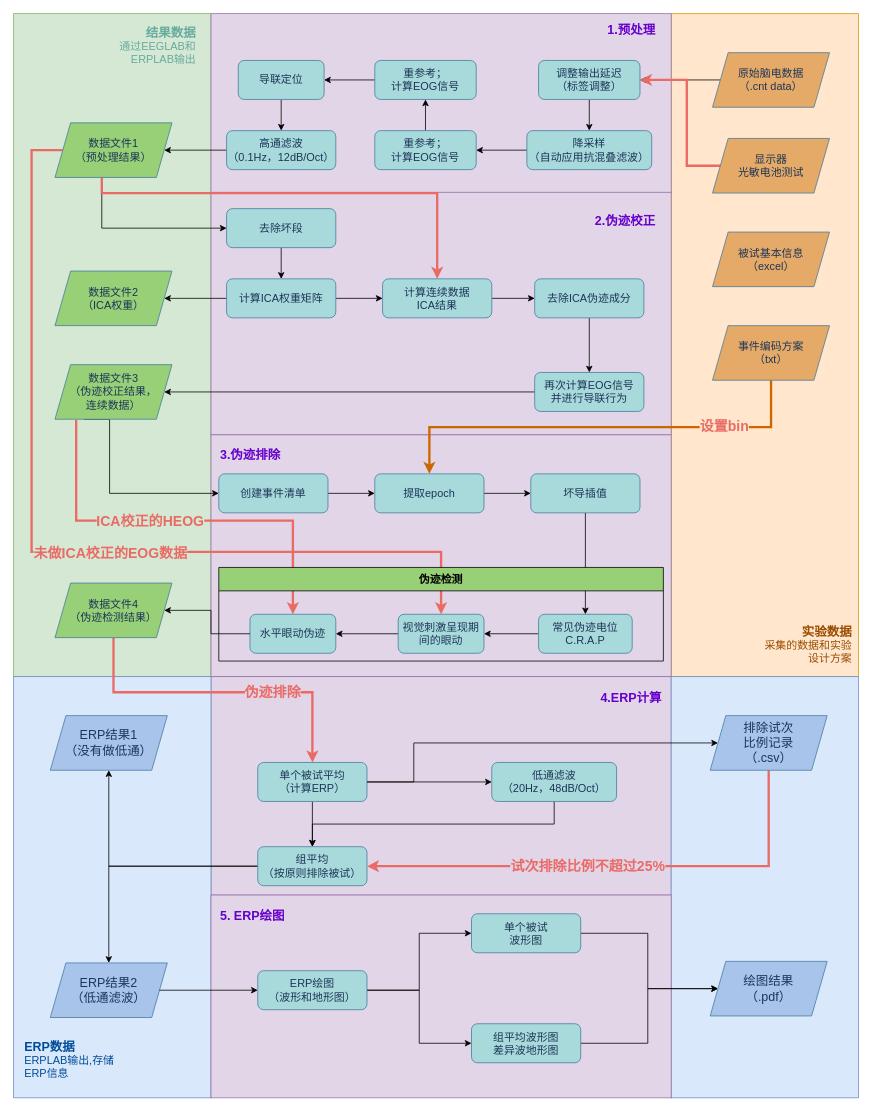
Earlier version of the draw.io diagram page "20220407" (2 of 2) of EEG预处理流程.drawio (pilgrimmeng/Draw). Source tidied: cells renumbered, new cells numbered last; positions are measured from the earlier drawing's top-left corner, leaving out a move shared by most shapes. Both pictures are drawn from the tidied source at 78%, with x=0, y=0 at pixel (13, 13).
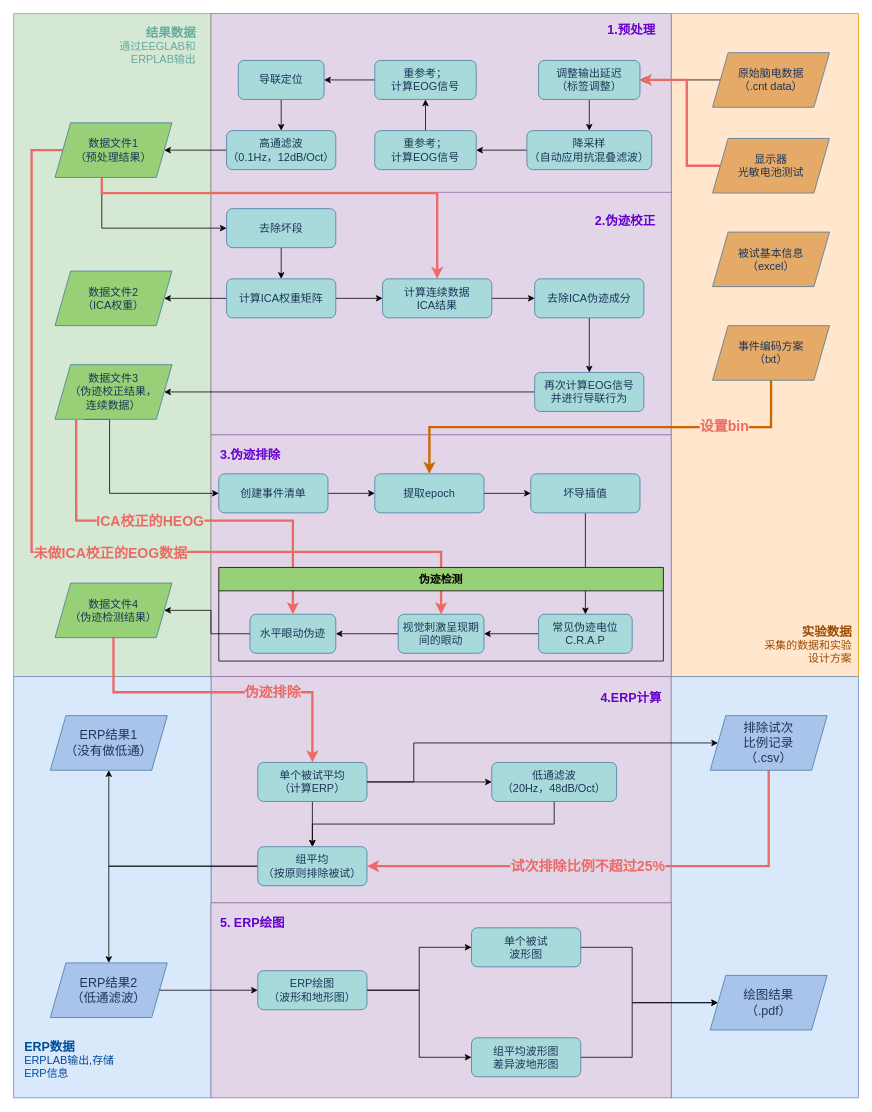
Above is the later version.

Commit message:
更新EEG预处理流程.drawio

Diff of the diagram source:
```diff
@@
     <mxCell id="12" style="rounded=0;whiteSpace=wrap;html=1;fontFamily=Helvetica;fontSize=14;fillColor=#E1D5E7;strokeColor=#9673a6;" parent="1" vertex="1">
-      <mxGeometry x="253" y="850" width="590" height="280" as="geometry" />
+      <mxGeometry x="253" y="850" width="590" height="290" as="geometry" />
     </mxCell>
@@
     <mxCell id="17" style="rounded=0;whiteSpace=wrap;html=1;fontFamily=Helvetica;fontSize=14;fillColor=#E1D5E7;strokeColor=#9673a6;" parent="1" vertex="1">
-      <mxGeometry x="253" y="1130" width="590" height="260" as="geometry" />
+      <mxGeometry x="253" y="1140" width="590" height="250" as="geometry" />
     </mxCell>
     <mxCell id="18" value="&lt;div&gt;&lt;/div&gt;&lt;div style=&quot;font-size: 16px&quot;&gt;&lt;font&gt;5. ERP绘图&lt;/font&gt;&lt;/div&gt;" style="text;html=1;strokeColor=none;fillColor=none;align=left;verticalAlign=top;whiteSpace=wrap;rounded=0;opacity=20;fontStyle=1;fontColor=#6600CC;" parent="1" vertex="1">
-      <mxGeometry x="263" y="1140" width="120" height="40" as="geometry" />
+      <mxGeometry x="263" y="1149" width="120" height="40" as="geometry" />
     </mxCell>
@@
-    <mxCell id="95" style="edgeStyle=orthogonalEdgeStyle;rounded=0;jettySize=auto;html=1;entryX=0;entryY=0.5;entryDx=0;entryDy=0;fontSize=18;fontColor=#EA6B66;strokeColor=#000000;strokeWidth=1;" parent="19" edge="1" source="96" target="99">
+    <mxCell id="95" style="edgeStyle=orthogonalEdgeStyle;rounded=0;jettySize=auto;html=1;exitX=1;exitY=0.5;exitDx=0;exitDy=0;entryX=0;entryY=0.5;entryDx=0;entryDy=0;" parent="19" edge="1" source="96" target="99">
       <mxGeometry relative="1" as="geometry">
         <Array as="points">
-          <mxPoint x="813" y="1179" />
-          <mxPoint x="813" y="1250" />
+          <mxPoint x="793" y="1197" />
+          <mxPoint x="793" y="1268" />
         </Array>
       </mxGeometry>
     </mxCell>
     <mxCell id="96" value="单个被试&lt;br&gt;波形图" style="rounded=1;whiteSpace=wrap;html=1;fontSize=14;glass=0;strokeWidth=1;shadow=0;fillColor=#A8DADC;strokeColor=#457B9D;fontColor=#1D3557;" parent="19" vertex="1">
-      <mxGeometry x="587" y="1154" width="140" height="50" as="geometry" />
+      <mxGeometry x="587" y="1172" width="140" height="50" as="geometry" />
     </mxCell>
-    <mxCell id="97" style="edgeStyle=orthogonalEdgeStyle;rounded=0;jettySize=auto;html=1;exitX=1;exitY=0.5;exitDx=0;exitDy=0;entryX=0;entryY=0.5;entryDx=0;entryDy=0;fontSize=18;fontColor=#EA6B66;strokeColor=#000000;strokeWidth=1;" parent="19" edge="1" source="98" target="99">
+    <mxCell id="97" style="edgeStyle=orthogonalEdgeStyle;rounded=0;jettySize=auto;html=1;exitX=1;exitY=0.5;exitDx=0;exitDy=0;entryX=0;entryY=0.5;entryDx=0;entryDy=0;" parent="19" edge="1" source="98" target="99">
       <mxGeometry relative="1" as="geometry">
         <Array as="points">
-          <mxPoint x="813" y="1320" />
-          <mxPoint x="813" y="1250" />
+          <mxPoint x="793" y="1338" />
+          <mxPoint x="793" y="1268" />
         </Array>
       </mxGeometry>
     </mxCell>
     <mxCell id="98" value="组平均波形图&lt;br&gt;差异波地形图" style="rounded=1;whiteSpace=wrap;html=1;fontSize=14;glass=0;strokeWidth=1;shadow=0;fillColor=#A8DADC;strokeColor=#457B9D;fontColor=#1D3557;" parent="19" vertex="1">
-      <mxGeometry x="587" y="1295" width="140" height="50" as="geometry" />
+      <mxGeometry x="587" y="1313" width="140" height="50" as="geometry" />
     </mxCell>
     <mxCell id="99" value="绘图结果&lt;br&gt;（.pdf）" style="shape=parallelogram;perimeter=parallelogramPerimeter;whiteSpace=wrap;html=1;fixedSize=1;rounded=0;sketch=0;fontColor=#1D3557;strokeColor=#457B9D;fontSize=16;fillColor=#A9C4EB;" parent="19" vertex="1">
-      <mxGeometry x="893" y="1215" width="150" height="70" as="geometry" />
+      <mxGeometry x="893" y="1233" width="150" height="70" as="geometry" />
     </mxCell>
```
